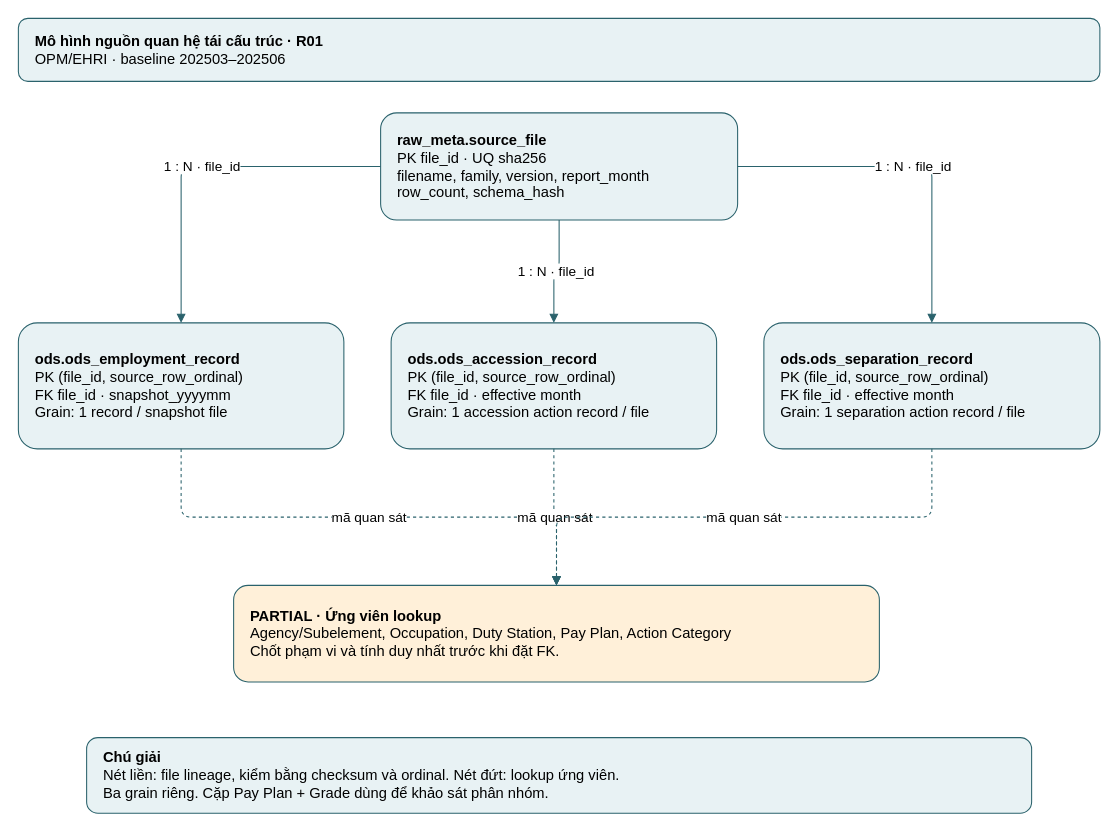
Earlier version of the draw.io diagram page "ERD v1 · bàn giao" (1 of 2) of diagrams/04_relational_source_erd.drawio (Linhlss/KDL-2026.1---Nhom13). Source tidied: cells renumbered, new cells numbered last; positions are measured from the earlier drawing's top-left corner, leaving out a move shared by most shapes. Both pictures are drawn from the tidied source at 105%, with x=0, y=0 at pixel (18, 18).
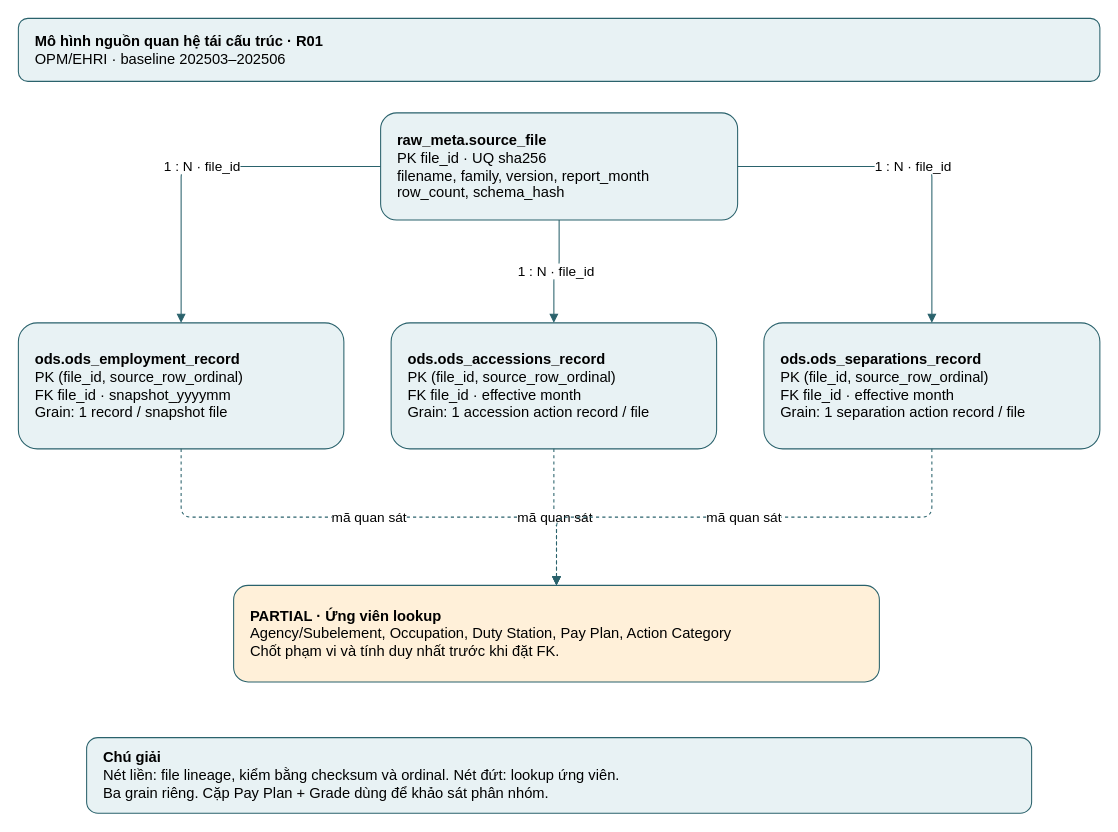
After the change.

Commit message (it also covers changes not shown here):
TV2: Align mapping and ERD with G2 ODS table names

The edit, as a diff of the source:
```diff
@@
 <mxGraphModel>
   <root>
     <mxCell id="0" />
     <mxCell id="1" parent="0" />
     <mxCell id="2" value="&lt;b&gt;Mô hình nguồn quan hệ tái cấu trúc · R01&lt;/b&gt;&lt;br&gt;OPM/EHRI · baseline 202503–202506" style="rounded=1;whiteSpace=wrap;html=1;align=left;spacingLeft=14;fontSize=14;fillColor=#E8F2F4;strokeColor=#2A626C;" parent="1" vertex="1">
       <mxGeometry width="1030" height="60" as="geometry" />
     </mxCell>
     <mxCell id="3" value="&lt;b&gt;raw_meta.source_file&lt;/b&gt;&lt;br&gt;PK file_id · UQ sha256&lt;br&gt;filename, family, version, report_month&lt;br&gt;row_count, schema_hash" style="rounded=1;whiteSpace=wrap;html=1;align=left;spacingLeft=14;fontSize=14;fillColor=#E8F2F4;strokeColor=#2A626C;" parent="1" vertex="1">
       <mxGeometry x="345" y="90" width="340" height="102" as="geometry" />
     </mxCell>
     <mxCell id="4" value="&lt;b&gt;ods.ods_employment_record&lt;/b&gt;&lt;br&gt;PK (file_id, source_row_ordinal)&lt;br&gt;FK file_id · snapshot_yyyymm&lt;br&gt;Grain: 1 record / snapshot file" style="rounded=1;whiteSpace=wrap;html=1;align=left;spacingLeft=14;fontSize=14;fillColor=#E8F2F4;strokeColor=#2A626C;" parent="1" vertex="1">
       <mxGeometry y="290" width="310" height="120" as="geometry" />
     </mxCell>
-    <mxCell id="5" value="&lt;b&gt;ods.ods_accession_record&lt;/b&gt;&lt;br&gt;PK (file_id, source_row_ordinal)&lt;br&gt;FK file_id · effective month&lt;br&gt;Grain: 1 accession action record / file" style="rounded=1;whiteSpace=wrap;html=1;align=left;spacingLeft=14;fontSize=14;fillColor=#E8F2F4;strokeColor=#2A626C;" parent="1" vertex="1">
+    <mxCell id="5" value="&lt;b&gt;ods.ods_accessions_record&lt;/b&gt;&lt;br&gt;PK (file_id, source_row_ordinal)&lt;br&gt;FK file_id · effective month&lt;br&gt;Grain: 1 accession action record / file" style="rounded=1;whiteSpace=wrap;html=1;align=left;spacingLeft=14;fontSize=14;fillColor=#E8F2F4;strokeColor=#2A626C;" parent="1" vertex="1">
       <mxGeometry x="355" y="290" width="310" height="120" as="geometry" />
     </mxCell>
-    <mxCell id="6" value="&lt;b&gt;ods.ods_separation_record&lt;/b&gt;&lt;br&gt;PK (file_id, source_row_ordinal)&lt;br&gt;FK file_id · effective month&lt;br&gt;Grain: 1 separation action record / file" style="rounded=1;whiteSpace=wrap;html=1;align=left;spacingLeft=14;fontSize=14;fillColor=#E8F2F4;strokeColor=#2A626C;" parent="1" vertex="1">
+    <mxCell id="6" value="&lt;b&gt;ods.ods_separations_record&lt;/b&gt;&lt;br&gt;PK (file_id, source_row_ordinal)&lt;br&gt;FK file_id · effective month&lt;br&gt;Grain: 1 separation action record / file" style="rounded=1;whiteSpace=wrap;html=1;align=left;spacingLeft=14;fontSize=14;fillColor=#E8F2F4;strokeColor=#2A626C;" parent="1" vertex="1">
       <mxGeometry x="710" y="290" width="320" height="120" as="geometry" />
     </mxCell>
     <mxCell id="7" value="&lt;b&gt;PARTIAL · Ứng viên lookup&lt;/b&gt;&lt;br&gt;Agency/Subelement, Occupation, Duty Station, Pay Plan, Action Category&lt;br&gt;Chốt phạm vi và tính duy nhất trước khi đặt FK." style="rounded=1;whiteSpace=wrap;html=1;align=left;spacingLeft=14;fontSize=14;fillColor=#FFF0D9;strokeColor=#2A626C;" parent="1" vertex="1">
       <mxGeometry x="205" y="540" width="615" height="92" as="geometry" />
     </mxCell>
     <mxCell id="8" value="&lt;b&gt;Chú giải&lt;/b&gt;&lt;br&gt;Nét liền: file lineage, kiểm bằng checksum và ordinal. Nét đứt: lookup ứng viên.&lt;br&gt;Ba grain riêng. Cặp Pay Plan + Grade dùng để khảo sát phân nhóm." style="rounded=1;whiteSpace=wrap;html=1;align=left;spacingLeft=14;fontSize=14;fillColor=#E8F2F4;strokeColor=#2A626C;" parent="1" vertex="1">
       <mxGeometry x="65" y="685" width="900" height="72" as="geometry" />
     </mxCell>
     <mxCell id="9" value="1 : N · file_id" style="edgeStyle=orthogonalEdgeStyle;html=1;endArrow=block;fontSize=13;strokeColor=#2A626C;" parent="1" edge="1" source="3" target="4">
       <mxGeometry relative="1" as="geometry" />
     </mxCell>
     <mxCell id="10" value="mã quan sát" style="edgeStyle=orthogonalEdgeStyle;html=1;endArrow=block;fontSize=13;strokeColor=#2A626C;dashed=1;" parent="1" edge="1" source="4" target="7">
       <mxGeometry relative="1" as="geometry" />
     </mxCell>
     <mxCell id="11" value="1 : N · file_id" style="edgeStyle=orthogonalEdgeStyle;html=1;endArrow=block;fontSize=13;strokeColor=#2A626C;" parent="1" edge="1" source="3" target="5">
       <mxGeometry relative="1" as="geometry" />
     </mxCell>
     <mxCell id="12" value="mã quan sát" style="edgeStyle=orthogonalEdgeStyle;html=1;endArrow=block;fontSize=13;strokeColor=#2A626C;dashed=1;" parent="1" edge="1" source="5" target="7">
       <mxGeometry relative="1" as="geometry" />
     </mxCell>
     <mxCell id="13" value="1 : N · file_id" style="edgeStyle=orthogonalEdgeStyle;html=1;endArrow=block;fontSize=13;strokeColor=#2A626C;" parent="1" edge="1" source="3" target="6">
       <mxGeometry relative="1" as="geometry" />
     </mxCell>
     <mxCell id="14" value="mã quan sát" style="edgeStyle=orthogonalEdgeStyle;html=1;endArrow=block;fontSize=13;strokeColor=#2A626C;dashed=1;" parent="1" edge="1" source="6" target="7">
       <mxGeometry relative="1" as="geometry" />
     </mxCell>
   </root>
 </mxGraphModel>
```
